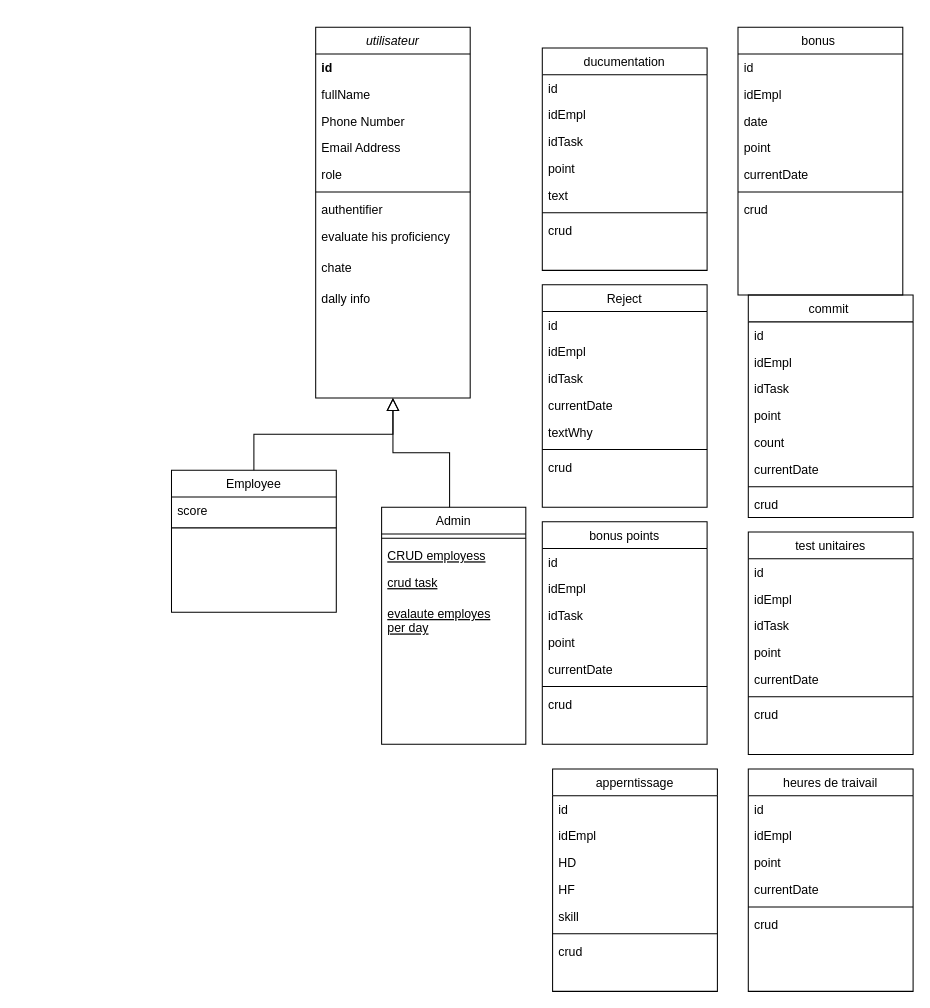
The draw.io diagram Diagramme sans nom.drawio in Neamitest/ex, before the edit. Source tidied: cells renumbered, new cells numbered last; positions are measured from the earlier drawing's top-left corner, leaving out a move shared by most shapes. Both pictures are drawn from the tidied source at 103%, with x=0, y=0 at pixel (171, 27).
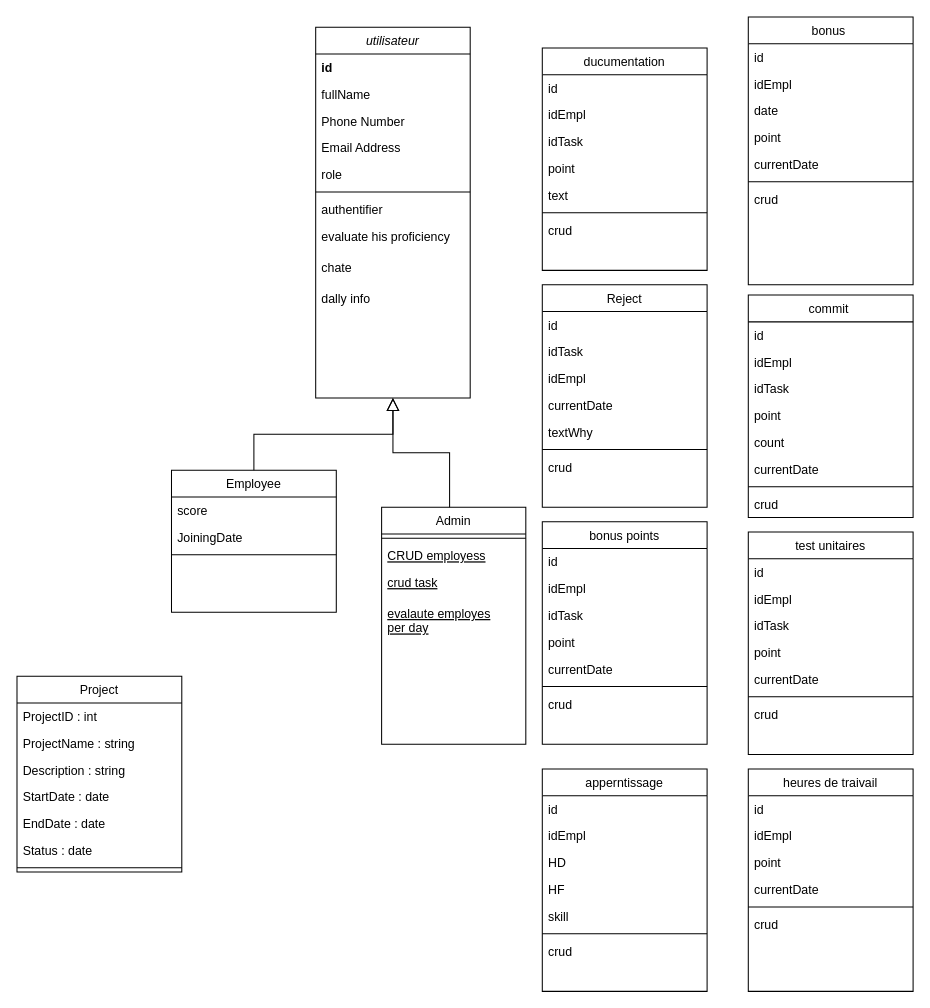
Above is the later version.

The change refers to these unchanged cells:
```xml
<mxCell id="13" value="Employee" style="swimlane;fontStyle=0;align=center;verticalAlign=top;horizontal=1;startSize=26;rounded=0;shadow=0;strokeWidth=1;" parent="1" vertex="1">
  <mxGeometry y="430" width="160" height="138" as="geometry" />
</mxCell>
<mxCell id="48" value="Reject" style="swimlane;fontStyle=0;align=center;verticalAlign=top;horizontal=1;startSize=26;rounded=0;shadow=0;strokeWidth=1;" parent="1" vertex="1">
  <mxGeometry x="360" y="250" width="160" height="216" as="geometry" />
</mxCell>
```

Diff of the diagram source:
```diff
@@
+    <mxCell id="87" value="JoiningDate" style="text;align=left;verticalAlign=top;spacingLeft=4;spacingRight=4;overflow=hidden;" parent="13" vertex="1">
+      <mxGeometry y="52" width="160" height="26" as="geometry" />
+    </mxCell>
     <mxCell id="15" style="line;html=1;strokeWidth=1;align=left;verticalAlign=middle;spacingTop=-1;spacingLeft=3;spacingRight=3;labelPosition=right;" parent="13" vertex="1">
-      <mxGeometry y="52" width="160" height="8" as="geometry" />
+      <mxGeometry y="78" width="160" height="8" as="geometry" />
     </mxCell>
@@
+    <mxCell id="51" value="idTask" style="text;align=left;verticalAlign=top;spacingLeft=4;spacingRight=4;overflow=hidden;rounded=0;shadow=0;html=0;" parent="48" vertex="1">
+      <mxGeometry y="52" width="160" height="26" as="geometry" />
+    </mxCell>
     <mxCell id="50" value="idEmpl" style="text;align=left;verticalAlign=top;spacingLeft=4;spacingRight=4;overflow=hidden;rounded=0;shadow=0;html=0;" parent="48" vertex="1">
-      <mxGeometry y="52" width="160" height="26" as="geometry" />
+      <mxGeometry y="78" width="160" height="26" as="geometry" />
     </mxCell>
-    <mxCell id="51" value="idTask" style="text;align=left;verticalAlign=top;spacingLeft=4;spacingRight=4;overflow=hidden;rounded=0;shadow=0;html=0;" parent="48" vertex="1">
-      <mxGeometry y="78" width="160" height="26" as="geometry" />
-    </mxCell>
@@
     <mxCell id="56" value="apperntissage" style="swimlane;fontStyle=0;align=center;verticalAlign=top;horizontal=1;startSize=26;rounded=0;shadow=0;strokeWidth=1;" parent="1" vertex="1">
-      <mxGeometry x="370" y="720" width="160" height="216" as="geometry" />
+      <mxGeometry x="360" y="720" width="160" height="216" as="geometry" />
     </mxCell>
@@
     <mxCell id="79" value="bonus " style="swimlane;fontStyle=0;align=center;verticalAlign=top;horizontal=1;startSize=26;rounded=0;shadow=0;strokeWidth=1;" parent="1" vertex="1">
-      <mxGeometry x="550" width="160" height="260" as="geometry" />
+      <mxGeometry x="560" y="-10" width="160" height="260" as="geometry" />
     </mxCell>
@@
+    <mxCell id="88" value="Project" style="swimlane;fontStyle=0;align=center;verticalAlign=top;horizontal=1;startSize=26;rounded=0;shadow=0;strokeWidth=1;" parent="1" vertex="1">
+      <mxGeometry x="-150" y="630" width="160" height="190" as="geometry" />
+    </mxCell>
+    <mxCell id="89" value="ProjectID : int" style="text;align=left;verticalAlign=top;spacingLeft=4;spacingRight=4;overflow=hidden;" parent="88" vertex="1">
+      <mxGeometry y="26" width="160" height="26" as="geometry" />
+    </mxCell>
+    <mxCell id="90" value="ProjectName : string" style="text;align=left;verticalAlign=top;spacingLeft=4;spacingRight=4;overflow=hidden;" parent="88" vertex="1">
+      <mxGeometry y="52" width="160" height="26" as="geometry" />
+    </mxCell>
+    <mxCell id="91" value="Description : string" style="text;align=left;verticalAlign=top;spacingLeft=4;spacingRight=4;overflow=hidden;" parent="88" vertex="1">
+      <mxGeometry y="78" width="160" height="26" as="geometry" />
+    </mxCell>
+    <mxCell id="92" value="StartDate : date" style="text;align=left;verticalAlign=top;spacingLeft=4;spacingRight=4;overflow=hidden;" parent="88" vertex="1">
+      <mxGeometry y="104" width="160" height="26" as="geometry" />
+    </mxCell>
+    <mxCell id="93" value="EndDate : date" style="text;align=left;verticalAlign=top;spacingLeft=4;spacingRight=4;overflow=hidden;" parent="88" vertex="1">
+      <mxGeometry y="130" width="160" height="26" as="geometry" />
+    </mxCell>
+    <mxCell id="94" value="Status : date" style="text;align=left;verticalAlign=top;spacingLeft=4;spacingRight=4;overflow=hidden;" parent="88" vertex="1">
+      <mxGeometry y="156" width="160" height="26" as="geometry" />
+    </mxCell>
+    <mxCell id="95" style="line;html=1;strokeWidth=1;align=left;verticalAlign=middle;spacingTop=-1;spacingLeft=3;spacingRight=3;labelPosition=right;" parent="88" vertex="1">
+      <mxGeometry y="182" width="160" height="8" as="geometry" />
+    </mxCell>
```
